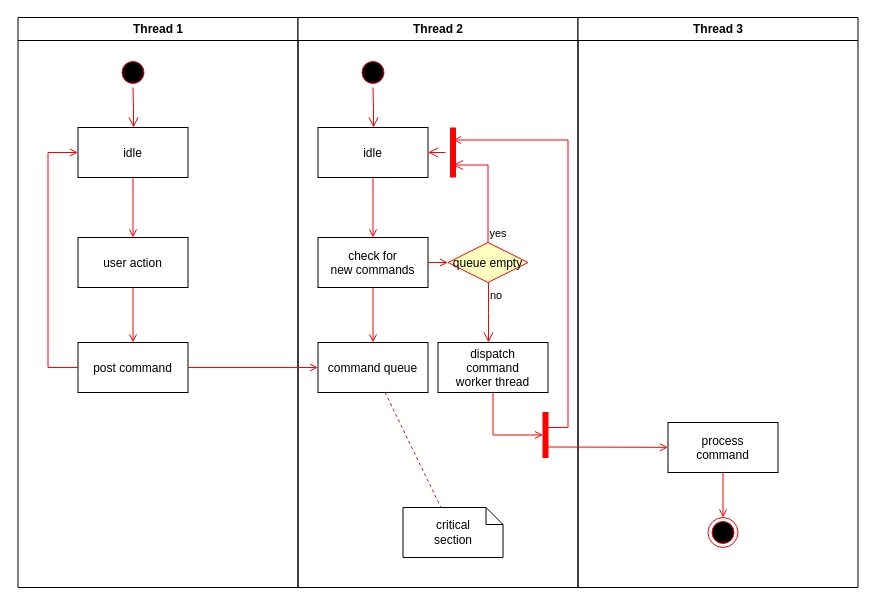
Above: activity diagrams.drawio in baechuTree/softwareEngineering (draw.io), before the change. Source tidied: cells renumbered, new cells numbered last; positions are measured from the earlier drawing's top-left corner, leaving out a move shared by most shapes. Both pictures are drawn from the tidied source at 100%, with x=0, y=0 at pixel (17, 17).
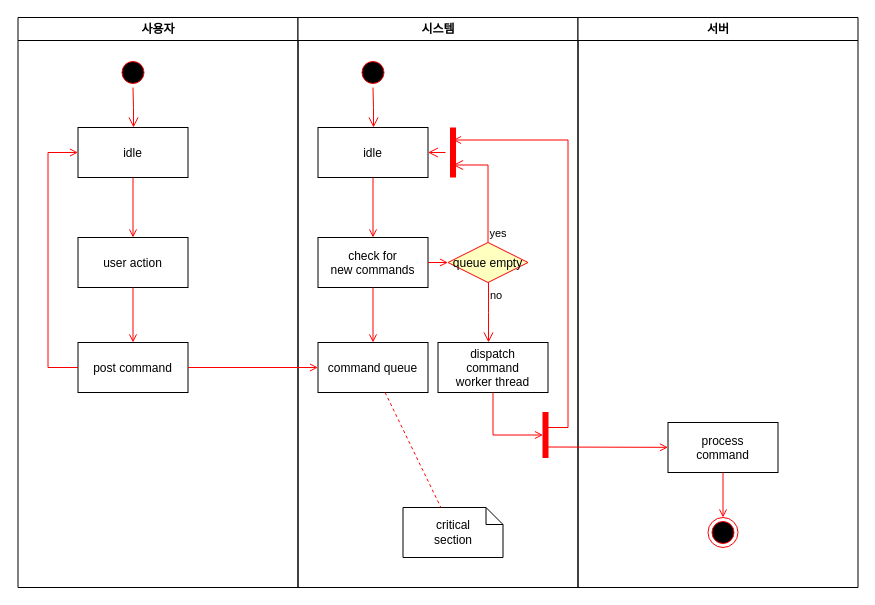
The same page after the edit.

What changed in the source:
```diff
@@
-    <mxCell id="2" value="Thread 1" style="swimlane;whiteSpace=wrap;" parent="1" vertex="1">
+    <mxCell id="2" value="사용자" style="swimlane;whiteSpace=wrap;startSize=23;" parent="1" vertex="1">
       <mxGeometry x="0.5" width="280" height="570" as="geometry" />
     </mxCell>
@@
-    <mxCell id="11" value="Thread 2" style="swimlane;whiteSpace=wrap;" parent="1" vertex="1">
+    <mxCell id="11" value="시스템" style="swimlane;whiteSpace=wrap;" parent="1" vertex="1">
       <mxGeometry x="280.5" width="280" height="570" as="geometry" />
     </mxCell>
@@
-    <mxCell id="30" value="Thread 3" style="swimlane;whiteSpace=wrap;" parent="1" vertex="1">
+    <mxCell id="30" value="서버" style="swimlane;whiteSpace=wrap;" parent="1" vertex="1">
       <mxGeometry x="560.5" width="280" height="570" as="geometry" />
     </mxCell>
```
